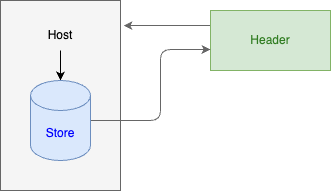
Above: Archtecture.png in lucaspdroz/MFE-portal (draw.io), before the change. Source tidied: cells renumbered, new cells last; positions are measured from the earlier drawing's top-left corner, leaving out a move shared by most shapes.
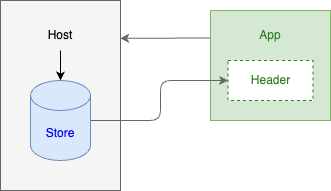
Later version of the same file.

What changed in the source:
```diff
@@ -5,11 +5,11 @@
     <mxCell id="2" style="rounded=0;whiteSpace=wrap;html=1;fillColor=#f5f5f5;fontColor=#333333;strokeColor=#666666;" parent="1" vertex="1">
       <mxGeometry width="120" height="190" as="geometry" />
     </mxCell>
-    <mxCell id="3" style="edgeStyle=none;html=1;exitX=0;exitY=0.25;exitDx=0;exitDy=0;entryX=1.025;entryY=0.132;entryDx=0;entryDy=0;entryPerimeter=0;fillColor=#f5f5f5;strokeColor=#666666;" parent="1" edge="1" source="4" target="2">
+    <mxCell id="3" style="edgeStyle=none;html=1;exitX=0;exitY=0.25;exitDx=0;exitDy=0;entryX=0.996;entryY=0.199;entryDx=0;entryDy=0;entryPerimeter=0;fillColor=#f5f5f5;strokeColor=#666666;" parent="1" edge="1" source="4" target="2">
       <mxGeometry relative="1" as="geometry" />
     </mxCell>
-    <mxCell id="4" value="Header" style="rounded=0;whiteSpace=wrap;html=1;fillColor=#d5e8d4;strokeColor=#82b366;fontColor=#317D22;" parent="1" vertex="1">
-      <mxGeometry x="210" y="10" width="120" height="60" as="geometry" />
+    <mxCell id="4" style="rounded=0;whiteSpace=wrap;html=1;fillColor=#d5e8d4;strokeColor=#82b366;fontColor=#317D22;" parent="1" vertex="1">
+      <mxGeometry x="210" y="10" width="120" height="110" as="geometry" />
     </mxCell>
     <mxCell id="5" style="edgeStyle=none;html=1;exitX=0.5;exitY=1;exitDx=0;exitDy=0;entryX=0.5;entryY=0;entryDx=0;entryDy=0;entryPerimeter=0;" parent="1" edge="1" source="6" target="8">
       <mxGeometry relative="1" as="geometry" />
@@ -17,16 +17,22 @@
     <mxCell id="6" value="Host" style="text;html=1;strokeColor=none;fillColor=none;align=center;verticalAlign=middle;whiteSpace=wrap;rounded=0;fontColor=#000000;" parent="1" vertex="1">
       <mxGeometry x="30" y="20" width="60" height="30" as="geometry" />
     </mxCell>
-    <mxCell id="7" style="edgeStyle=none;html=1;exitX=1;exitY=0.5;exitDx=0;exitDy=0;exitPerimeter=0;entryX=0;entryY=0.65;entryDx=0;entryDy=0;entryPerimeter=0;fillColor=#f5f5f5;strokeColor=#666666;" parent="1" edge="1" source="8" target="4">
+    <mxCell id="7" style="edgeStyle=none;html=1;exitX=1;exitY=0.5;exitDx=0;exitDy=0;exitPerimeter=0;entryX=0;entryY=0.5;entryDx=0;entryDy=0;fillColor=#f5f5f5;strokeColor=#666666;" parent="1" edge="1" source="8" target="9">
       <mxGeometry relative="1" as="geometry">
         <Array as="points">
           <mxPoint x="160" y="120" />
-          <mxPoint x="160" y="49" />
+          <mxPoint x="160" y="80" />
         </Array>
       </mxGeometry>
     </mxCell>
     <mxCell id="8" value="Store" style="shape=cylinder3;whiteSpace=wrap;html=1;boundedLbl=1;backgroundOutline=1;size=15;fillColor=#dae8fc;strokeColor=#6c8ebf;fontColor=#0000FF;" parent="1" vertex="1">
       <mxGeometry x="30" y="80" width="60" height="80" as="geometry" />
     </mxCell>
+    <mxCell id="9" value="&lt;span style=&quot;color: rgb(49, 125, 34);&quot;&gt;Header&lt;/span&gt;" style="rounded=0;whiteSpace=wrap;html=1;fillColor=#FFFFFF;dashed=1;strokeWidth=1;strokeColor=#317D22;" parent="1" vertex="1">
+      <mxGeometry x="227.5" y="60" width="85" height="40" as="geometry" />
+    </mxCell>
+    <mxCell id="10" value="&lt;span style=&quot;color: rgb(49, 125, 34);&quot;&gt;App&lt;/span&gt;" style="text;html=1;strokeColor=none;fillColor=none;align=center;verticalAlign=middle;whiteSpace=wrap;rounded=0;" parent="1" vertex="1">
+      <mxGeometry x="240" y="20" width="60" height="30" as="geometry" />
+    </mxCell>
   </root>
 </mxGraphModel>
```
